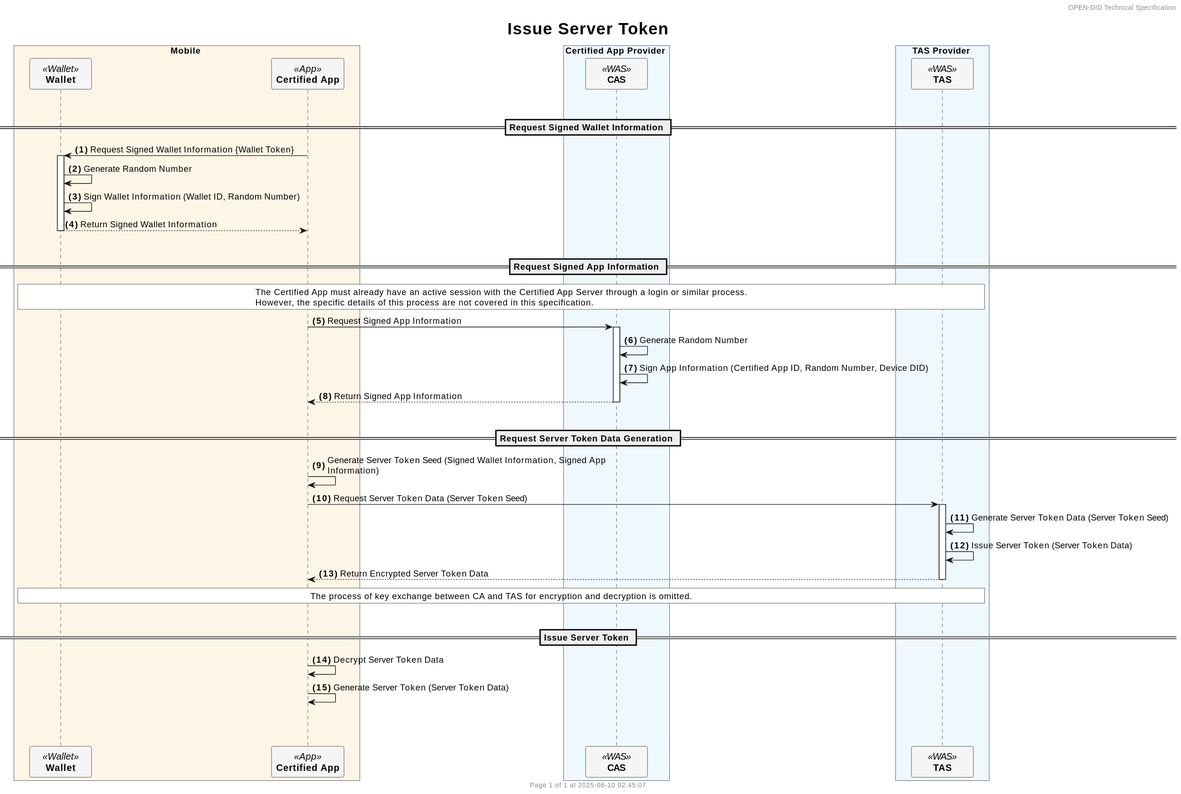
OmniOneID/did-doc-architecture keeps this PlantUML diagram as docs/sequence/simple/images/issue_server_token_simple.svg. Above is the earlier version.
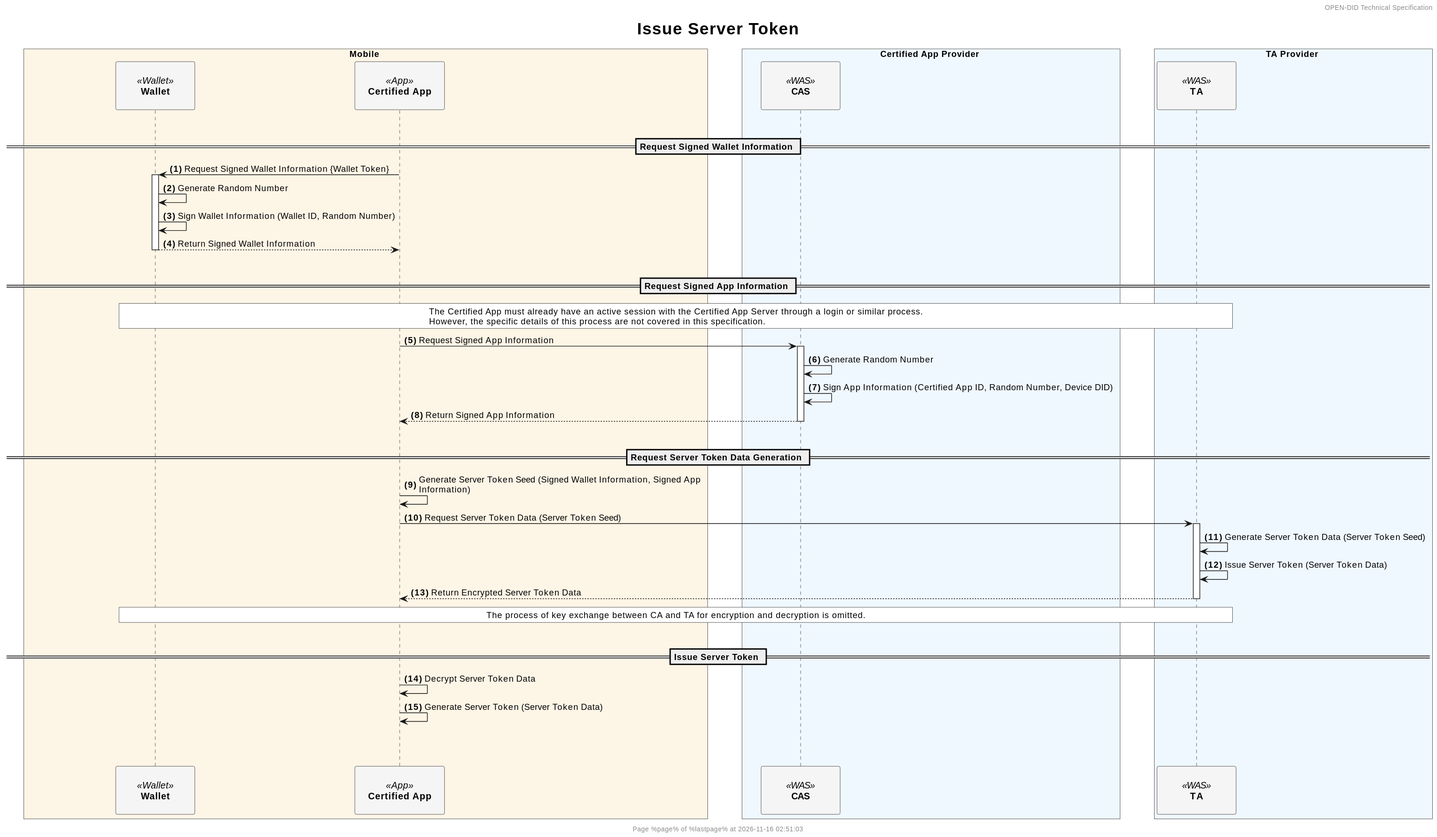
Later version of the same file.

What changed in the source:
```diff
@@ -10,7 +10,11 @@
 
 autonumber "<b>(#)</b>"
 
-skinparam ParticipantPadding 20
+<style>
+participant {
+  Padding 20
+}
+</style>
 skinparam BoxPadding 20
 skinparam MaxMessageSize 500
 skinparam MinClassWidth 80
@@ -24,8 +28,8 @@
     participant "**CAS**" as CAS <<WAS>> #WhiteSmoke
 end box
 
-box TAS Provider #AliceBlue
-    participant "**TAS**" as TAS <<WAS>> #WhiteSmoke
+box TA Provider #AliceBlue
+    participant "**TA**" as TA <<WAS>> #WhiteSmoke
 end box
 
 !$refdoc = "Refer to separate document"
@@ -55,13 +59,13 @@
 == Request Server Token Data Generation ==
 CA -> CA: Generate Server Token Seed (Signed Wallet Information, Signed App Information)
 
-CA -> TAS++ : Request Server Token Data (Server Token Seed)
-TAS -> TAS: Generate Server Token Data (Server Token Seed)
-TAS -> TAS: Issue Server Token (Server Token Data)
-TAS --> CA--: Return Encrypted Server Token Data
+CA -> TA++ : Request Server Token Data (Server Token Seed)
+TA -> TA: Generate Server Token Data (Server Token Seed)
+TA -> TA: Issue Server Token (Server Token Data)
+TA --> CA--: Return Encrypted Server Token Data
 
 rnote across #white
-    The process of key exchange between CA and TAS for encryption and decryption is omitted.
+    The process of key exchange between CA and TA for encryption and decryption is omitted.
 end note
 
 |||
```
